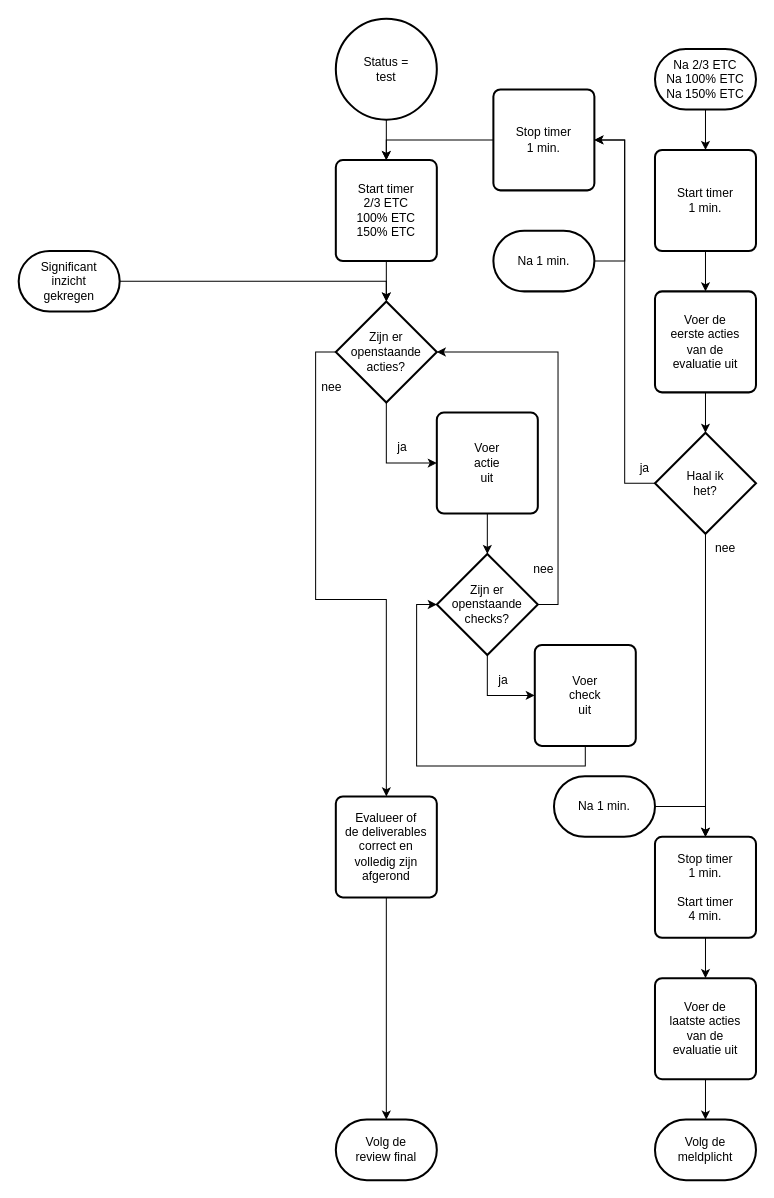
Zaibatsu89/IssueTracker keeps this draw.io diagram as 8 Issue Tracker test.drawio. Above is the earlier version. Source tidied: cells renumbered, new cells numbered last; positions are measured from the earlier drawing's top-left corner, leaving out a move shared by most shapes. Both pictures are drawn from the tidied source at 101%, with x=0, y=0 at pixel (18, 18).
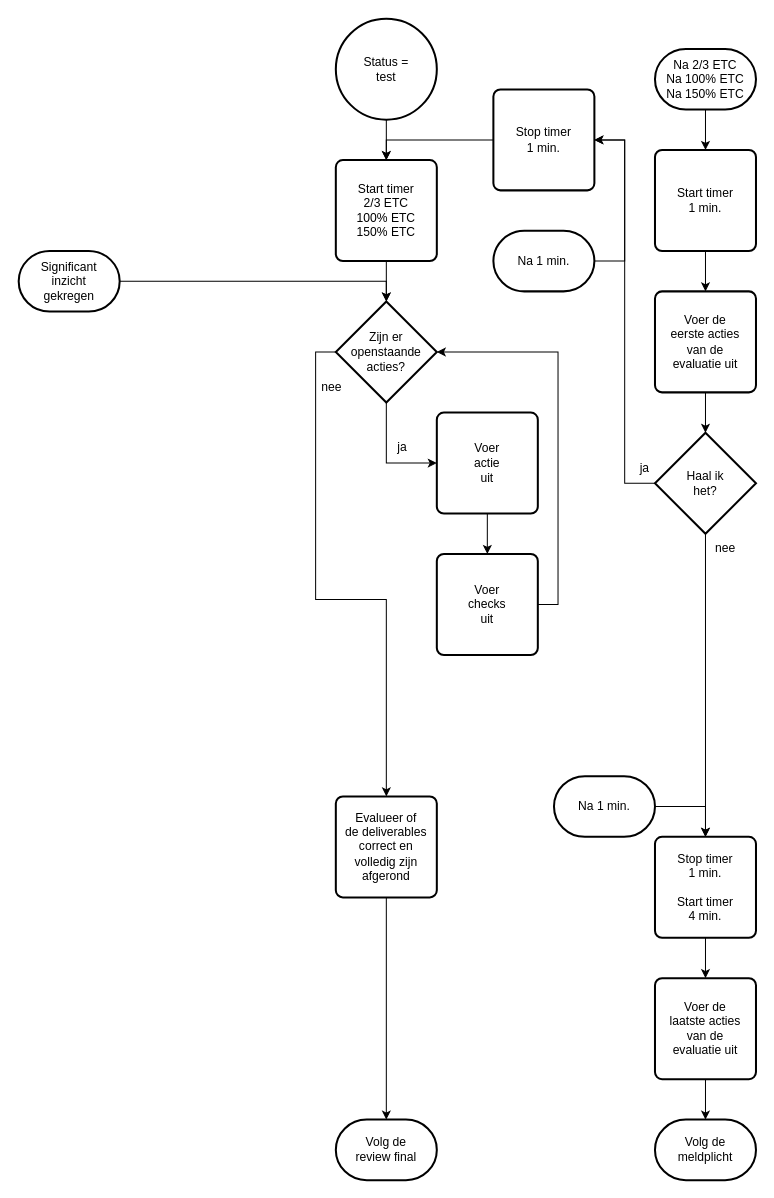
After the change.

Commit message (it also covers changes not shown here):
flowcharts: voer checks uit

Unchanged cells that the change refers to:
```xml
<mxCell id="33" value="Zijn er&lt;br&gt;openstaande&lt;br&gt;acties?" style="strokeWidth=2;html=1;shape=mxgraph.flowchart.decision;whiteSpace=wrap;" parent="1" vertex="1">
  <mxGeometry x="314" y="280" width="100" height="100" as="geometry" />
</mxCell>
<mxCell id="40" value="Voer&lt;br&gt;actie&lt;br&gt;uit" style="rounded=1;whiteSpace=wrap;html=1;absoluteArcSize=1;arcSize=14;strokeWidth=2;" parent="1" vertex="1">
  <mxGeometry x="414" y="390" width="100" height="100" as="geometry" />
</mxCell>
```

Change to the diagram source:
```diff
@@
-    <mxCell id="34" style="edgeStyle=orthogonalEdgeStyle;rounded=0;jettySize=auto;html=1;exitX=0.5;exitY=1;exitDx=0;exitDy=0;entryX=0;entryY=0.5;entryDx=0;entryDy=0;exitPerimeter=0;" parent="1" edge="1" source="35" target="37">
-      <mxGeometry relative="1" as="geometry" />
-    </mxCell>
-    <mxCell id="35" value="Zijn er&lt;br&gt;openstaande&lt;br&gt;checks?" style="strokeWidth=2;html=1;shape=mxgraph.flowchart.decision;whiteSpace=wrap;" parent="1" vertex="1">
-      <mxGeometry x="414" y="530" width="100" height="100" as="geometry" />
-    </mxCell>
-    <mxCell id="36" value="ja" style="text;html=1;whiteSpace=wrap;strokeColor=none;fillColor=none;align=center;verticalAlign=middle;rounded=0;" parent="1" vertex="1">
-      <mxGeometry x="450" y="640" width="60" height="30" as="geometry" />
-    </mxCell>
-    <mxCell id="37" value="Voer&lt;br&gt;check&lt;br&gt;uit" style="rounded=1;whiteSpace=wrap;html=1;absoluteArcSize=1;arcSize=14;strokeWidth=2;" parent="1" vertex="1">
-      <mxGeometry x="511" y="620" width="100" height="100" as="geometry" />
+    <mxCell id="37" value="Voer&lt;br&gt;checks&lt;br&gt;uit" style="rounded=1;whiteSpace=wrap;html=1;absoluteArcSize=1;arcSize=14;strokeWidth=2;" parent="1" vertex="1">
+      <mxGeometry x="414" y="530" width="100" height="100" as="geometry" />
     </mxCell>
@@
-    <mxCell id="39" style="edgeStyle=orthogonalEdgeStyle;rounded=0;jettySize=auto;html=1;" parent="1" edge="1" source="40" target="35">
-      <mxGeometry relative="1" as="geometry" />
+    <mxCell id="39" style="edgeStyle=orthogonalEdgeStyle;rounded=0;jettySize=auto;html=1;" parent="1" edge="1" source="40">
+      <mxGeometry relative="1" as="geometry">
+        <mxPoint x="464" y="530" as="targetPoint" />
+      </mxGeometry>
     </mxCell>
@@
-    <mxCell id="41" value="nee" style="text;html=1;whiteSpace=wrap;strokeColor=none;fillColor=none;align=center;verticalAlign=middle;rounded=0;" parent="1" vertex="1">
-      <mxGeometry x="490" y="530" width="60" height="30" as="geometry" />
-    </mxCell>
@@
-    <mxCell id="43" style="edgeStyle=orthogonalEdgeStyle;rounded=0;jettySize=auto;html=1;exitX=1;exitY=0.5;exitDx=0;exitDy=0;exitPerimeter=0;entryX=1;entryY=0.5;entryDx=0;entryDy=0;entryPerimeter=0;" parent="1" edge="1" source="35" target="33">
-      <mxGeometry relative="1" as="geometry" />
-    </mxCell>
@@
-    <mxCell id="46" style="edgeStyle=orthogonalEdgeStyle;rounded=0;jettySize=auto;html=1;exitX=0.5;exitY=1;exitDx=0;exitDy=0;entryX=0;entryY=0.5;entryDx=0;entryDy=0;entryPerimeter=0;" parent="1" edge="1" source="37" target="35">
-      <mxGeometry relative="1" as="geometry" />
-    </mxCell>
+    <mxCell id="47" style="edgeStyle=orthogonalEdgeStyle;rounded=0;jettySize=auto;html=1;exitX=1;exitY=0.5;exitDx=0;exitDy=0;entryX=1;entryY=0.5;entryDx=0;entryDy=0;entryPerimeter=0;" parent="1" edge="1" source="37" target="33">
+      <mxGeometry relative="1" as="geometry" />
+    </mxCell>
```
